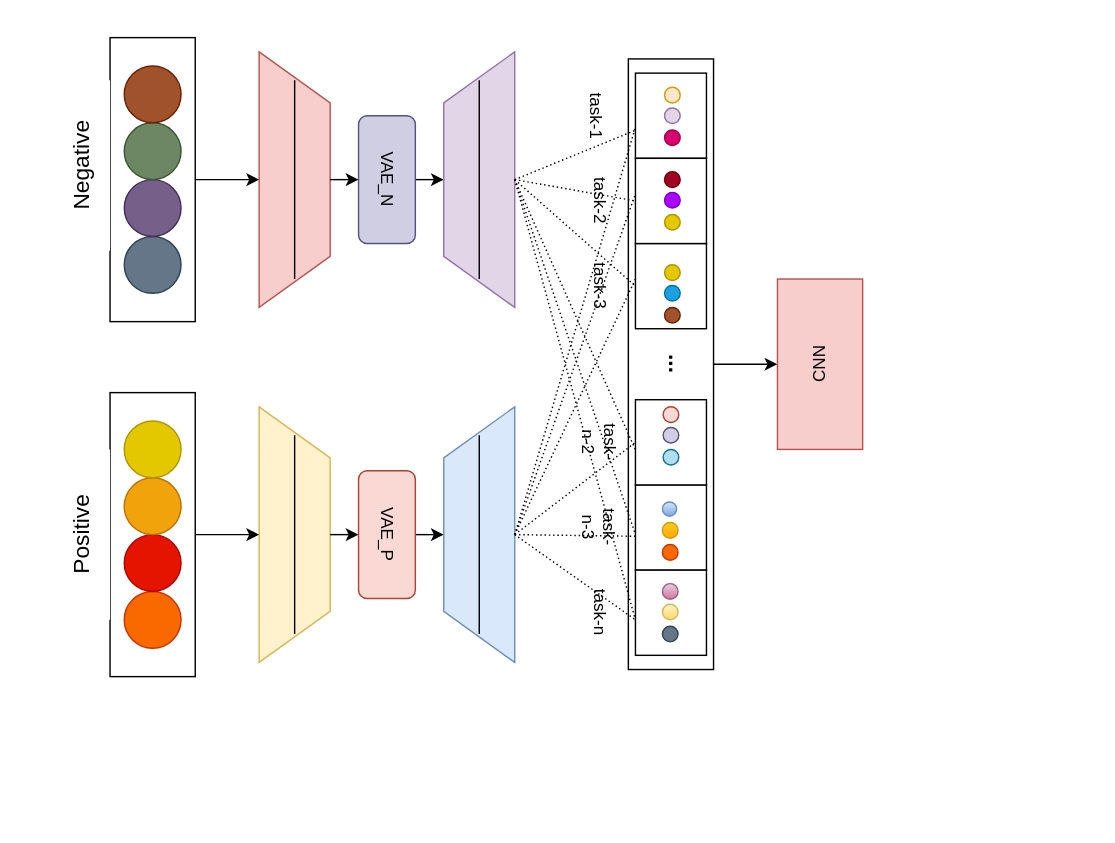
Before: Seizure/Table$Image/VMAML-Framework.drawio in chenjin/Paper, a draw.io diagram. Source tidied: cells renumbered, new cells numbered last; positions are measured from the earlier drawing's top-left corner, leaving out a move shared by most shapes. Both pictures are drawn from the tidied source at 142%, with x=0, y=0 at pixel (-18, 65).
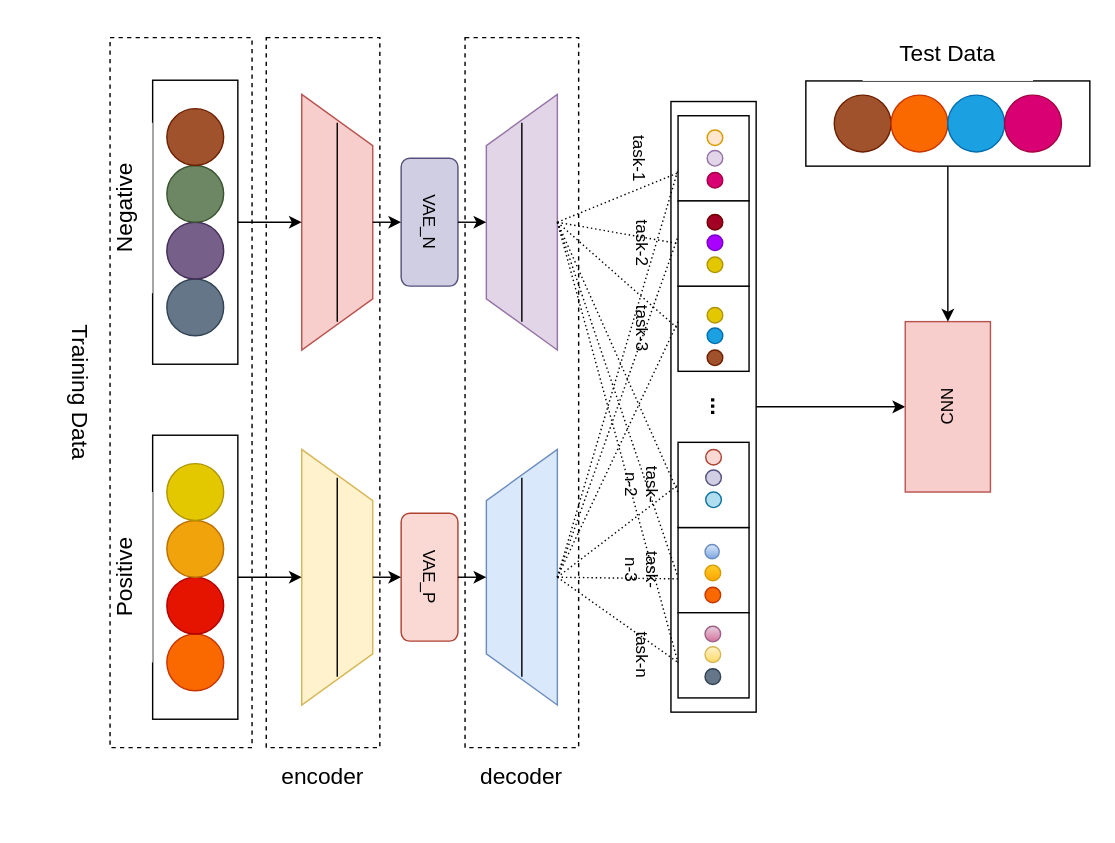
After the change.

Unchanged cells that the change refers to:
```xml
<mxCell id="7" style="shape=trapezoid;perimeter=trapezoidPerimeter;whiteSpace=wrap;html=1;rotation=-270;fillColor=#fff2cc;strokeColor=#d6b656;" parent="6" vertex="1">
  <mxGeometry width="180" height="50" as="geometry" />
</mxCell>
<mxCell id="11" style="rounded=0;whiteSpace=wrap;html=1;rotation=-90;" parent="10" vertex="1">
  <mxGeometry width="200" height="60" as="geometry" />
</mxCell>
<mxCell id="19" style="rounded=0;whiteSpace=wrap;html=1;rotation=-90;" parent="18" vertex="1">
  <mxGeometry width="200" height="60" as="geometry" />
</mxCell>
<mxCell id="27" style="shape=trapezoid;perimeter=trapezoidPerimeter;whiteSpace=wrap;html=1;rotation=-270;fillColor=#f8cecc;strokeColor=#b85450;" parent="26" vertex="1">
  <mxGeometry width="180" height="50" as="geometry" />
</mxCell>
<mxCell id="31" style="shape=trapezoid;perimeter=trapezoidPerimeter;whiteSpace=wrap;html=1;rotation=-450;fillColor=#e1d5e7;strokeColor=#9673a6;" parent="30" vertex="1">
  <mxGeometry width="180" height="50" as="geometry" />
</mxCell>
<mxCell id="39" style="rounded=0;whiteSpace=wrap;html=1;rotation=90;" parent="37" vertex="1">
  <mxGeometry y="170" width="430" height="60" as="geometry" />
</mxCell>
<mxCell id="40" style="rounded=0;whiteSpace=wrap;html=1;rotation=90;" parent="37" vertex="1">
  <mxGeometry x="185" width="60" height="50" as="geometry" />
</mxCell>
<mxCell id="41" style="rounded=0;whiteSpace=wrap;html=1;rotation=90;" parent="37" vertex="1">
  <mxGeometry x="185" y="290" width="60" height="50" as="geometry" />
</mxCell>
<mxCell id="42" style="rounded=0;whiteSpace=wrap;html=1;rotation=90;" parent="37" vertex="1">
  <mxGeometry x="185" y="230" width="60" height="50" as="geometry" />
</mxCell>
<mxCell id="43" style="rounded=0;whiteSpace=wrap;html=1;rotation=90;" parent="37" vertex="1">
  <mxGeometry x="185" y="120" width="60" height="50" as="geometry" />
</mxCell>
<mxCell id="44" style="rounded=0;whiteSpace=wrap;html=1;rotation=90;" parent="37" vertex="1">
  <mxGeometry x="185" y="60" width="60" height="50" as="geometry" />
</mxCell>
<mxCell id="79" style="shape=trapezoid;perimeter=trapezoidPerimeter;whiteSpace=wrap;html=1;rotation=-450;fillColor=#dae8fc;strokeColor=#6c8ebf;" parent="78" vertex="1">
  <mxGeometry width="180" height="50" as="geometry" />
</mxCell>
```

What changed in the source:
```diff
@@
-    <mxCell id="2" style="edgeStyle=orthogonalEdgeStyle;rounded=0;jettySize=auto;html=1;exitX=0.5;exitY=0;exitDx=0;exitDy=0;entryX=0.5;entryY=0;entryDx=0;entryDy=0;" parent="1" edge="1" source="3" target="31">
-      <mxGeometry relative="1" as="geometry" />
-    </mxCell>
+    <mxCell id="93" style="group;" parent="1" vertex="1">
+      <mxGeometry x="30" y="40" width="750" height="490" as="geometry" />
+    </mxCell>
+    <mxCell id="94" style="group;dashed=1;" parent="93" vertex="1">
+      <mxGeometry width="750" height="460" as="geometry" />
+    </mxCell>
-    <mxCell id="3" value="VAE_N" style="rounded=1;whiteSpace=wrap;html=1;rotation=90;fillColor=#d0cee2;strokeColor=#56517e;" parent="1" vertex="1">
-      <mxGeometry x="240" y="60" width="90" height="40" as="geometry" />
+    <mxCell id="3" value="VAE_N" style="rounded=1;whiteSpace=wrap;html=1;rotation=90;fillColor=#d0cee2;strokeColor=#56517e;" parent="94" vertex="1">
+      <mxGeometry x="240" y="50" width="90" height="40" as="geometry" />
     </mxCell>
-    <mxCell id="4" style="edgeStyle=orthogonalEdgeStyle;rounded=0;jettySize=auto;html=1;exitX=0.5;exitY=0;exitDx=0;exitDy=0;entryX=0.5;entryY=0;entryDx=0;entryDy=0;" parent="1" edge="1" source="5" target="79">
-      <mxGeometry relative="1" as="geometry" />
-    </mxCell>
-    <mxCell id="5" value="VAE_P" style="rounded=1;whiteSpace=wrap;html=1;rotation=90;fillColor=#fad9d5;strokeColor=#ae4132;" parent="1" vertex="1">
-      <mxGeometry x="240" y="310" width="90" height="40" as="geometry" />
+    <mxCell id="5" value="VAE_P" style="rounded=1;whiteSpace=wrap;html=1;rotation=90;fillColor=#fad9d5;strokeColor=#ae4132;" parent="94" vertex="1">
+      <mxGeometry x="240" y="300" width="90" height="40" as="geometry" />
     </mxCell>
-    <mxCell id="6" style="group;rotation=-90;" parent="1" vertex="1">
-      <mxGeometry x="130" y="305" width="180" height="50" as="geometry" />
+    <mxCell id="6" style="group;rotation=-90;" parent="94" vertex="1">
+      <mxGeometry x="130" y="295" width="180" height="50" as="geometry" />
     </mxCell>
@@
-    <mxCell id="9" style="group;rotation=-90;" parent="1" vertex="1">
-      <mxGeometry y="280" width="200" height="100" as="geometry" />
+    <mxCell id="9" style="group;rotation=-90;" parent="94" vertex="1">
+      <mxGeometry y="270" width="200" height="100" as="geometry" />
     </mxCell>
@@
-    <mxCell id="17" style="group;rotation=-90;" parent="1" vertex="1">
-      <mxGeometry y="30" width="200" height="100" as="geometry" />
+    <mxCell id="17" style="group;rotation=-90;" parent="94" vertex="1">
+      <mxGeometry y="20" width="200" height="100" as="geometry" />
     </mxCell>
@@
-    <mxCell id="25" style="group;rotation=90;fillColor=none;strokeColor=none;fontColor=#ffffff;" parent="1" vertex="1">
-      <mxGeometry x="130" y="55" width="180" height="50" as="geometry" />
+    <mxCell id="25" style="group;rotation=90;fillColor=none;strokeColor=none;fontColor=#ffffff;" parent="94" vertex="1">
+      <mxGeometry x="130" y="45" width="180" height="415" as="geometry" />
     </mxCell>
     <mxCell id="26" style="group;rotation=-90;" parent="25" vertex="1">
-      <mxGeometry width="180" height="50" as="geometry" />
+      <mxGeometry width="180" height="415" as="geometry" />
     </mxCell>
@@
+    <mxCell id="95" style="rounded=0;whiteSpace=wrap;html=1;fillColor=none;dashed=1;" parent="26" vertex="1">
+      <mxGeometry x="40" y="-105" width="80" height="500" as="geometry" />
+    </mxCell>
-    <mxCell id="29" style="group;rotation=-90;" parent="1" vertex="1">
-      <mxGeometry x="260" y="55" width="180" height="50" as="geometry" />
+    <mxCell id="29" style="group;rotation=-90;" parent="94" vertex="1">
+      <mxGeometry x="260" y="45" width="180" height="50" as="geometry" />
     </mxCell>
@@
-    <mxCell id="33" style="edgeStyle=orthogonalEdgeStyle;rounded=0;jettySize=auto;html=1;exitX=0.5;exitY=1;exitDx=0;exitDy=0;entryX=0.5;entryY=1;entryDx=0;entryDy=0;" parent="1" edge="1" source="19" target="27">
+    <mxCell id="33" style="edgeStyle=orthogonalEdgeStyle;rounded=0;jettySize=auto;html=1;exitX=0.5;exitY=1;exitDx=0;exitDy=0;entryX=0.5;entryY=1;entryDx=0;entryDy=0;" parent="94" edge="1" source="19" target="27">
       <mxGeometry relative="1" as="geometry" />
     </mxCell>
-    <mxCell id="34" style="edgeStyle=orthogonalEdgeStyle;rounded=0;jettySize=auto;html=1;exitX=0.5;exitY=1;exitDx=0;exitDy=0;entryX=0.5;entryY=1;entryDx=0;entryDy=0;" parent="1" edge="1" source="11" target="7">
+    <mxCell id="34" style="edgeStyle=orthogonalEdgeStyle;rounded=0;jettySize=auto;html=1;exitX=0.5;exitY=1;exitDx=0;exitDy=0;entryX=0.5;entryY=1;entryDx=0;entryDy=0;" parent="94" edge="1" source="11" target="7">
       <mxGeometry relative="1" as="geometry" />
     </mxCell>
+    <mxCell id="2" style="edgeStyle=orthogonalEdgeStyle;rounded=0;jettySize=auto;html=1;exitX=0.5;exitY=0;exitDx=0;exitDy=0;entryX=0.5;entryY=0;entryDx=0;entryDy=0;" parent="94" edge="1" source="3" target="31">
+      <mxGeometry relative="1" as="geometry" />
+    </mxCell>
-    <mxCell id="35" style="edgeStyle=orthogonalEdgeStyle;rounded=0;jettySize=auto;html=1;exitX=0.5;exitY=0;exitDx=0;exitDy=0;entryX=0.5;entryY=1;entryDx=0;entryDy=0;" parent="1" edge="1" source="7" target="5">
+    <mxCell id="35" style="edgeStyle=orthogonalEdgeStyle;rounded=0;jettySize=auto;html=1;exitX=0.5;exitY=0;exitDx=0;exitDy=0;entryX=0.5;entryY=1;entryDx=0;entryDy=0;" parent="94" edge="1" source="7" target="5">
       <mxGeometry relative="1" as="geometry" />
     </mxCell>
-    <mxCell id="36" style="edgeStyle=orthogonalEdgeStyle;rounded=0;jettySize=auto;html=1;exitX=0.5;exitY=0;exitDx=0;exitDy=0;entryX=0.5;entryY=1;entryDx=0;entryDy=0;" parent="1" edge="1" source="27" target="3">
+    <mxCell id="36" style="edgeStyle=orthogonalEdgeStyle;rounded=0;jettySize=auto;html=1;exitX=0.5;exitY=0;exitDx=0;exitDy=0;entryX=0.5;entryY=1;entryDx=0;entryDy=0;" parent="94" edge="1" source="27" target="3">
       <mxGeometry relative="1" as="geometry" />
     </mxCell>
-    <mxCell id="37" style="group;" parent="1" vertex="1">
-      <mxGeometry x="270" y="10" width="430" height="400" as="geometry" />
+    <mxCell id="37" style="group;" parent="94" vertex="1">
+      <mxGeometry x="270" width="480" height="400" as="geometry" />
     </mxCell>
@@
     <mxCell id="77" value="CNN" style="rounded=0;whiteSpace=wrap;html=1;rotation=-90;fillColor=#f8cecc;strokeColor=#b85450;" parent="37" vertex="1">
-      <mxGeometry x="260" y="170" width="120" height="60" as="geometry" />
+      <mxGeometry x="320" y="170" width="120" height="60" as="geometry" />
     </mxCell>
+    <mxCell id="96" style="group;" parent="37" vertex="1">
+      <mxGeometry x="280" y="-69.5" width="200" height="100" as="geometry" />
+    </mxCell>
+    <mxCell id="97" style="group;rotation=0;" parent="96" vertex="1">
+      <mxGeometry width="200" height="100" as="geometry" />
+    </mxCell>
+    <mxCell id="98" style="group;rotation=0;" parent="97" vertex="1">
+      <mxGeometry y="40" width="200" height="60" as="geometry" />
+    </mxCell>
+    <mxCell id="99" style="rounded=0;whiteSpace=wrap;html=1;rotation=0;" parent="98" vertex="1">
+      <mxGeometry width="200" height="60" as="geometry" />
+    </mxCell>
+    <mxCell id="100" style="ellipse;whiteSpace=wrap;html=1;fillColor=#a0522d;strokeColor=#6D1F00;fontColor=#ffffff;rotation=0;" parent="98" vertex="1">
+      <mxGeometry x="20" y="10" width="40" height="40" as="geometry" />
+    </mxCell>
+    <mxCell id="101" style="ellipse;whiteSpace=wrap;html=1;fillColor=#fa6800;strokeColor=#C73500;fontColor=#ffffff;rotation=0;" parent="98" vertex="1">
+      <mxGeometry x="60" y="10" width="40" height="40" as="geometry" />
+    </mxCell>
+    <mxCell id="102" style="ellipse;whiteSpace=wrap;html=1;fillColor=#1ba1e2;strokeColor=#006EAF;fontColor=#ffffff;rotation=0;" parent="98" vertex="1">
+      <mxGeometry x="100" y="10" width="40" height="40" as="geometry" />
+    </mxCell>
+    <mxCell id="103" style="ellipse;whiteSpace=wrap;html=1;fillColor=#d80073;strokeColor=#A50040;fontColor=#ffffff;rotation=0;" parent="98" vertex="1">
+      <mxGeometry x="140" y="10" width="40" height="40" as="geometry" />
+    </mxCell>
+    <mxCell id="104" value="&lt;font style=&quot;font-size: 16px&quot;&gt;Test Data&lt;/font&gt;" style="rounded=0;whiteSpace=wrap;html=1;strokeColor=none;rotation=0;" parent="97" vertex="1">
+      <mxGeometry x="40" width="120" height="40" as="geometry" />
+    </mxCell>
+    <mxCell id="105" style="edgeStyle=orthogonalEdgeStyle;rounded=0;jettySize=auto;html=1;exitX=0.5;exitY=1;exitDx=0;exitDy=0;entryX=1;entryY=0.5;entryDx=0;entryDy=0;" parent="37" edge="1" source="99" target="77">
+      <mxGeometry relative="1" as="geometry" />
+    </mxCell>
-    <mxCell id="78" style="group;" parent="1" vertex="1">
-      <mxGeometry x="260" y="305" width="180" height="50" as="geometry" />
+    <mxCell id="78" style="group;" parent="94" vertex="1">
+      <mxGeometry x="260" y="295" width="180" height="50" as="geometry" />
     </mxCell>
@@
-    <mxCell id="81" style="rounded=0;jettySize=auto;html=1;exitX=0.5;exitY=1;exitDx=0;exitDy=0;dashed=1;endArrow=none;endFill=0;dashPattern=1 2;" parent="1" edge="1" source="31" target="40">
+    <mxCell id="81" style="rounded=0;jettySize=auto;html=1;exitX=0.5;exitY=1;exitDx=0;exitDy=0;dashed=1;endArrow=none;endFill=0;dashPattern=1 2;" parent="94" edge="1" source="31" target="40">
       <mxGeometry relative="1" as="geometry" />
     </mxCell>
-    <mxCell id="82" style="edgeStyle=none;rounded=0;jettySize=auto;html=1;exitX=0.5;exitY=1;exitDx=0;exitDy=0;dashed=1;endArrow=none;endFill=0;dashPattern=1 2;" parent="1" edge="1" source="79">
+    <mxCell id="82" style="edgeStyle=none;rounded=0;jettySize=auto;html=1;exitX=0.5;exitY=1;exitDx=0;exitDy=0;dashed=1;endArrow=none;endFill=0;dashPattern=1 2;" parent="94" edge="1" source="79">
       <mxGeometry relative="1" as="geometry">
-        <mxPoint x="460" y="43" as="targetPoint" />
+        <mxPoint x="460" y="33" as="targetPoint" />
       </mxGeometry>
     </mxCell>
-    <mxCell id="83" style="edgeStyle=none;rounded=0;jettySize=auto;html=1;exitX=0.5;exitY=1;exitDx=0;exitDy=0;entryX=0.5;entryY=1;entryDx=0;entryDy=0;dashed=1;endArrow=none;endFill=0;dashPattern=1 2;" parent="1" edge="1" source="31" target="44">
+    <mxCell id="83" style="edgeStyle=none;rounded=0;jettySize=auto;html=1;exitX=0.5;exitY=1;exitDx=0;exitDy=0;entryX=0.5;entryY=1;entryDx=0;entryDy=0;dashed=1;endArrow=none;endFill=0;dashPattern=1 2;" parent="94" edge="1" source="31" target="44">
       <mxGeometry relative="1" as="geometry" />
     </mxCell>
-    <mxCell id="84" style="edgeStyle=none;rounded=0;jettySize=auto;html=1;exitX=0.5;exitY=1;exitDx=0;exitDy=0;dashed=1;endArrow=none;endFill=0;dashPattern=1 2;" parent="1" edge="1" source="79">
+    <mxCell id="84" style="edgeStyle=none;rounded=0;jettySize=auto;html=1;exitX=0.5;exitY=1;exitDx=0;exitDy=0;dashed=1;endArrow=none;endFill=0;dashPattern=1 2;" parent="94" edge="1" source="79">
       <mxGeometry relative="1" as="geometry">
-        <mxPoint x="460" y="90" as="targetPoint" />
+        <mxPoint x="460" y="80" as="targetPoint" />
       </mxGeometry>
     </mxCell>
-    <mxCell id="85" style="edgeStyle=none;rounded=0;jettySize=auto;html=1;exitX=0.5;exitY=1;exitDx=0;exitDy=0;entryX=0.5;entryY=1;entryDx=0;entryDy=0;dashed=1;endArrow=none;endFill=0;dashPattern=1 2;" parent="1" edge="1" source="31" target="43">
+    <mxCell id="85" style="edgeStyle=none;rounded=0;jettySize=auto;html=1;exitX=0.5;exitY=1;exitDx=0;exitDy=0;entryX=0.5;entryY=1;entryDx=0;entryDy=0;dashed=1;endArrow=none;endFill=0;dashPattern=1 2;" parent="94" edge="1" source="31" target="43">
       <mxGeometry relative="1" as="geometry" />
     </mxCell>
-    <mxCell id="86" style="edgeStyle=none;rounded=0;jettySize=auto;html=1;exitX=0.5;exitY=1;exitDx=0;exitDy=0;dashed=1;endArrow=none;endFill=0;dashPattern=1 2;" parent="1" edge="1" source="79">
+    <mxCell id="86" style="edgeStyle=none;rounded=0;jettySize=auto;html=1;exitX=0.5;exitY=1;exitDx=0;exitDy=0;dashed=1;endArrow=none;endFill=0;dashPattern=1 2;" parent="94" edge="1" source="79">
       <mxGeometry relative="1" as="geometry">
-        <mxPoint x="460" y="150" as="targetPoint" />
+        <mxPoint x="460" y="140" as="targetPoint" />
       </mxGeometry>
     </mxCell>
-    <mxCell id="87" style="edgeStyle=none;rounded=0;jettySize=auto;html=1;exitX=0.5;exitY=1;exitDx=0;exitDy=0;entryX=0.64;entryY=0.917;entryDx=0;entryDy=0;entryPerimeter=0;dashed=1;endArrow=none;endFill=0;dashPattern=1 2;" parent="1" edge="1" source="31" target="39">
+    <mxCell id="87" style="edgeStyle=none;rounded=0;jettySize=auto;html=1;exitX=0.5;exitY=1;exitDx=0;exitDy=0;entryX=0.64;entryY=0.917;entryDx=0;entryDy=0;entryPerimeter=0;dashed=1;endArrow=none;endFill=0;dashPattern=1 2;" parent="94" edge="1" source="31" target="39">
       <mxGeometry relative="1" as="geometry" />
     </mxCell>
-    <mxCell id="88" style="edgeStyle=none;rounded=0;jettySize=auto;html=1;exitX=0.5;exitY=1;exitDx=0;exitDy=0;entryX=0.5;entryY=1;entryDx=0;entryDy=0;dashed=1;endArrow=none;endFill=0;dashPattern=1 2;" parent="1" edge="1" source="79" target="42">
+    <mxCell id="88" style="edgeStyle=none;rounded=0;jettySize=auto;html=1;exitX=0.5;exitY=1;exitDx=0;exitDy=0;entryX=0.5;entryY=1;entryDx=0;entryDy=0;dashed=1;endArrow=none;endFill=0;dashPattern=1 2;" parent="94" edge="1" source="79" target="42">
       <mxGeometry relative="1" as="geometry" />
     </mxCell>
-    <mxCell id="89" style="edgeStyle=none;rounded=0;jettySize=auto;html=1;exitX=0.5;exitY=1;exitDx=0;exitDy=0;entryX=0.603;entryY=0.977;entryDx=0;entryDy=0;entryPerimeter=0;dashed=1;endArrow=none;endFill=0;dashPattern=1 2;" parent="1" edge="1" source="79" target="41">
+    <mxCell id="89" style="edgeStyle=none;rounded=0;jettySize=auto;html=1;exitX=0.5;exitY=1;exitDx=0;exitDy=0;entryX=0.603;entryY=0.977;entryDx=0;entryDy=0;entryPerimeter=0;dashed=1;endArrow=none;endFill=0;dashPattern=1 2;" parent="94" edge="1" source="79" target="41">
       <mxGeometry relative="1" as="geometry" />
     </mxCell>
-    <mxCell id="90" style="edgeStyle=none;rounded=0;jettySize=auto;html=1;exitX=0.5;exitY=1;exitDx=0;exitDy=0;dashed=1;endArrow=none;endFill=0;dashPattern=1 2;" parent="1" edge="1" source="31">
+    <mxCell id="90" style="edgeStyle=none;rounded=0;jettySize=auto;html=1;exitX=0.5;exitY=1;exitDx=0;exitDy=0;dashed=1;endArrow=none;endFill=0;dashPattern=1 2;" parent="94" edge="1" source="31">
       <mxGeometry relative="1" as="geometry">
-        <mxPoint x="460" y="330" as="targetPoint" />
+        <mxPoint x="460" y="320" as="targetPoint" />
       </mxGeometry>
     </mxCell>
+    <mxCell id="4" style="edgeStyle=orthogonalEdgeStyle;rounded=0;jettySize=auto;html=1;exitX=0.5;exitY=0;exitDx=0;exitDy=0;entryX=0.5;entryY=0;entryDx=0;entryDy=0;" parent="94" edge="1" source="5" target="79">
+      <mxGeometry relative="1" as="geometry" />
+    </mxCell>
-    <mxCell id="91" style="edgeStyle=none;rounded=0;jettySize=auto;html=1;exitX=0.5;exitY=1;exitDx=0;exitDy=0;entryX=0.919;entryY=0.917;entryDx=0;entryDy=0;entryPerimeter=0;dashed=1;endArrow=none;endFill=0;dashPattern=1 2;" parent="1" edge="1" source="31" target="39">
+    <mxCell id="91" style="edgeStyle=none;rounded=0;jettySize=auto;html=1;exitX=0.5;exitY=1;exitDx=0;exitDy=0;entryX=0.919;entryY=0.917;entryDx=0;entryDy=0;entryPerimeter=0;dashed=1;endArrow=none;endFill=0;dashPattern=1 2;" parent="94" edge="1" source="31" target="39">
       <mxGeometry relative="1" as="geometry" />
     </mxCell>
-    <mxCell id="92" style="edgeStyle=none;rounded=0;jettySize=auto;html=1;exitX=0.5;exitY=1;exitDx=0;exitDy=0;dashed=1;endArrow=none;endFill=0;dashPattern=1 2;" parent="1" edge="1" source="79">
+    <mxCell id="92" style="edgeStyle=none;rounded=0;jettySize=auto;html=1;exitX=0.5;exitY=1;exitDx=0;exitDy=0;dashed=1;endArrow=none;endFill=0;dashPattern=1 2;" parent="94" edge="1" source="79">
       <mxGeometry relative="1" as="geometry">
-        <mxPoint x="460" y="390" as="targetPoint" />
+        <mxPoint x="460" y="380" as="targetPoint" />
       </mxGeometry>
     </mxCell>
+    <mxCell id="106" style="rounded=0;whiteSpace=wrap;html=1;fillColor=none;dashed=1;" parent="94" vertex="1">
+      <mxGeometry x="310" y="-60" width="80" height="500" as="geometry" />
+    </mxCell>
+    <mxCell id="107" style="rounded=0;whiteSpace=wrap;html=1;dashed=1;fillColor=none;" parent="94" vertex="1">
+      <mxGeometry x="60" y="-60" width="100" height="500" as="geometry" />
+    </mxCell>
+    <mxCell id="108" value="&lt;font style=&quot;font-size: 16px&quot;&gt;Training Data&lt;/font&gt;" style="rounded=0;whiteSpace=wrap;html=1;dashed=1;fillColor=none;rotation=90;strokeColor=none;" parent="94" vertex="1">
+      <mxGeometry x="-20" y="160" width="120" height="60" as="geometry" />
+    </mxCell>
+    <mxCell id="109" value="&lt;font style=&quot;font-size: 16px&quot;&gt;encoder&lt;/font&gt;" style="rounded=0;whiteSpace=wrap;html=1;dashed=1;fillColor=none;strokeColor=none;" parent="93" vertex="1">
+      <mxGeometry x="150" y="430" width="120" height="60" as="geometry" />
+    </mxCell>
+    <mxCell id="110" value="&lt;font style=&quot;font-size: 16px&quot;&gt;decoder&lt;/font&gt;" style="rounded=0;whiteSpace=wrap;html=1;dashed=1;fillColor=none;strokeColor=none;" parent="93" vertex="1">
+      <mxGeometry x="290" y="430" width="120" height="60" as="geometry" />
+    </mxCell>
```
